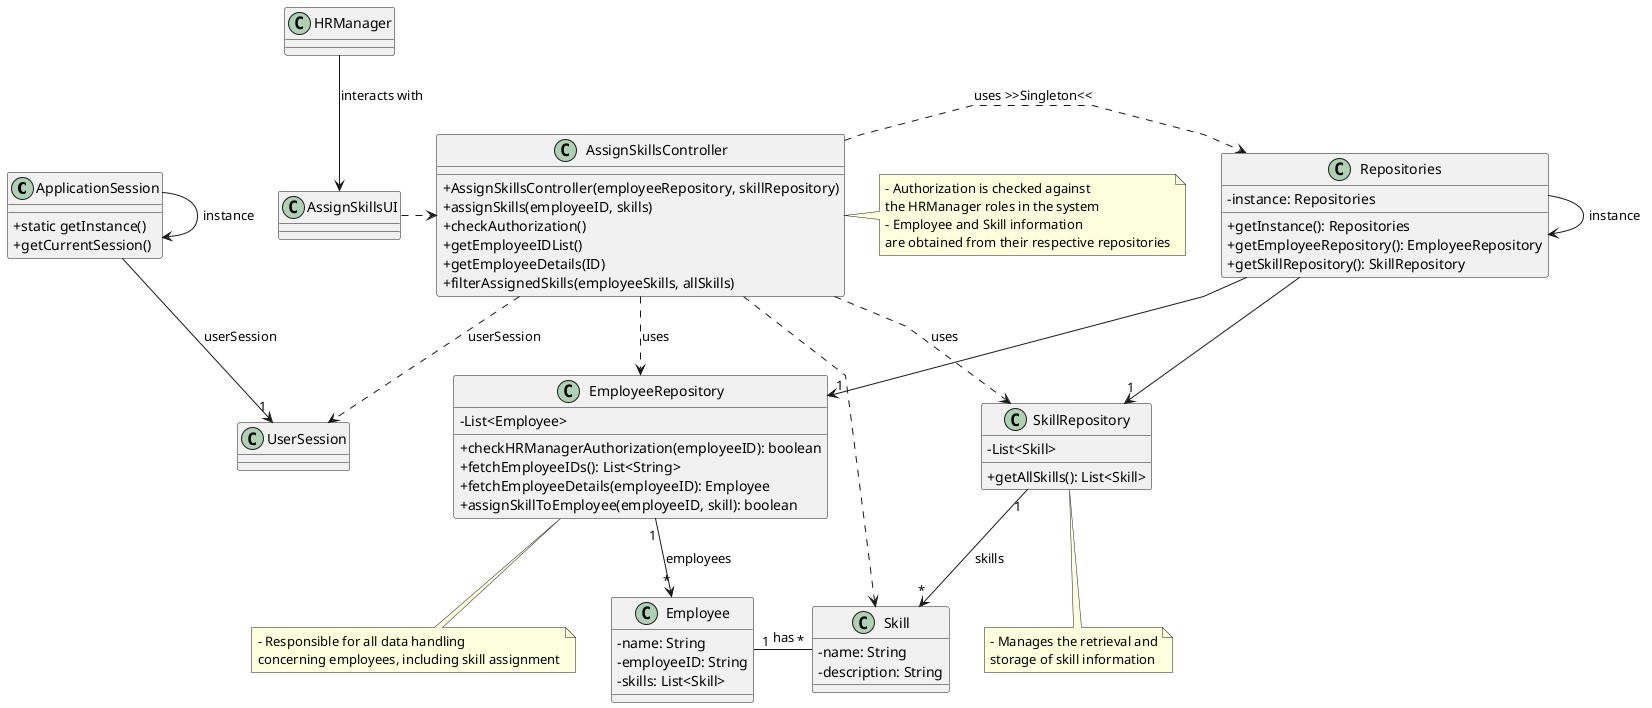
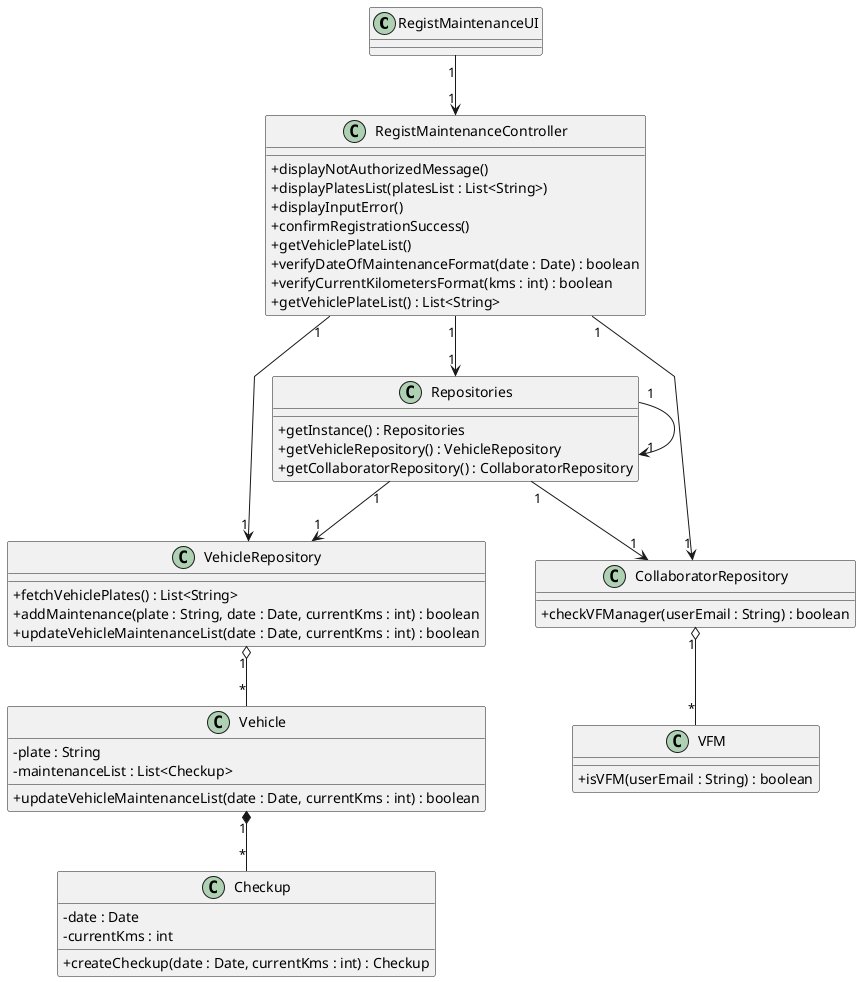
@startuml
+ 
'skinparam monochrome true
skinparam packageStyle rectangle
skinparam shadowing false
skinparam linetype polyline
'skinparam linetype orto

skinparam classAttributeIconSize 0

- 'left to right direction
- 
- class ApplicationSession {
-     + static getInstance()
-     + getCurrentSession()
+ class RegistMaintenanceUI {
}

- class UserSession {
- }
- 
- class HRManager {
- }
- 
- class Employee {
-     - name: String
-     - employeeID: String
-     - skills: List<Skill>
- }
- 
- class Skill {
-     - name: String
-     - description: String
- }
- 
- class EmployeeRepository {
-     - List<Employee>
-     + checkHRManagerAuthorization(employeeID): boolean
-     + fetchEmployeeIDs(): List<String>
-     + fetchEmployeeDetails(employeeID): Employee
-     + assignSkillToEmployee(employeeID, skill): boolean
- }
- 
- class SkillRepository {
-     - List<Skill>
-     + getAllSkills(): List<Skill>
+ class RegistMaintenanceController {
+     + displayNotAuthorizedMessage()
+     + displayPlatesList(platesList : List<String>)
+     + displayInputError()
+     + confirmRegistrationSuccess()
+     + getVehiclePlateList()
+     + verifyDateOfMaintenanceFormat(date : Date) : boolean
+     + verifyCurrentKilometersFormat(kms : int) : boolean
+     + getVehiclePlateList() : List<String>
}

class Repositories {
-     - instance: Repositories
-     + getInstance(): Repositories
-     + getEmployeeRepository(): EmployeeRepository
-     + getSkillRepository(): SkillRepository
+     + getInstance() : Repositories
+     + getVehicleRepository() : VehicleRepository
+     + getCollaboratorRepository() : CollaboratorRepository
}

- class AssignSkillsController {
-     + AssignSkillsController(employeeRepository, skillRepository)
-     + assignSkills(employeeID, skills)
-     + checkAuthorization()
-     + getEmployeeIDList()
-     + getEmployeeDetails(ID)
-     + filterAssignedSkills(employeeSkills, allSkills)
+ class VehicleRepository {
+     + fetchVehiclePlates() : List<String>
+     + addMaintenance(plate : String, date : Date, currentKms : int) : boolean
+     + updateVehicleMaintenanceList(date : Date, currentKms : int) : boolean
}

- note right of AssignSkillsController
-     - Authorization is checked against
-     the HRManager roles in the system
-     - Employee and Skill information
-     are obtained from their respective repositories
- end note
- 
- class AssignSkillsUI {
+ class CollaboratorRepository {
+     + checkVFManager(userEmail : String) : boolean
}

- Repositories --> Repositories : instance
- ApplicationSession --> ApplicationSession : instance
+ class VFM {
+     + isVFM(userEmail : String) : boolean
+ }

- AssignSkillsUI .> AssignSkillsController
+ class Vehicle {
+     - plate : String
+     - maintenanceList : List<Checkup>
+     + updateVehicleMaintenanceList(date : Date, currentKms : int) : boolean
+ }

- AssignSkillsController .> Repositories : uses >>Singleton<<
+ class Checkup {
+     - date : Date
+     - currentKms : int
+     + createCheckup(date : Date, currentKms : int) : Checkup
+ }

- Repositories --> "1" EmployeeRepository
- Repositories --> "1" SkillRepository
+ RegistMaintenanceUI "1" --> "1" RegistMaintenanceController
+ RegistMaintenanceController "1"  --> "1"  Repositories
+ RegistMaintenanceController "1"  --> "1"  VehicleRepository
+ RegistMaintenanceController "1"  --> "1"  CollaboratorRepository
+ Repositories "1" --> "1"  VehicleRepository
+ Repositories "1" --> "1" CollaboratorRepository
+ Repositories "1" --> "1"  Repositories

- AssignSkillsController ..> Skill
- AssignSkillsController ..> EmployeeRepository : uses
- AssignSkillsController ..> SkillRepository : uses
- 
- EmployeeRepository "1" --> "*" Employee : employees
- SkillRepository "1" --> "*" Skill : skills
- 
- Employee "1" -right- "*" Skill : "has"
- 
- note bottom of EmployeeRepository
-     - Responsible for all data handling
-     concerning employees, including skill assignment
- end note
- 
- note bottom of SkillRepository
-     - Manages the retrieval and
-     storage of skill information
- end note
- 
- ApplicationSession --> "1" UserSession : userSession
- 
- AssignSkillsController ..> UserSession : userSession
- HRManager -down-> AssignSkillsUI : interacts with
+ VehicleRepository "1" o-- "*" Vehicle
+ Vehicle "1" *-- "*" Checkup
+ CollaboratorRepository "1" o-- "*" VFM

@enduml
